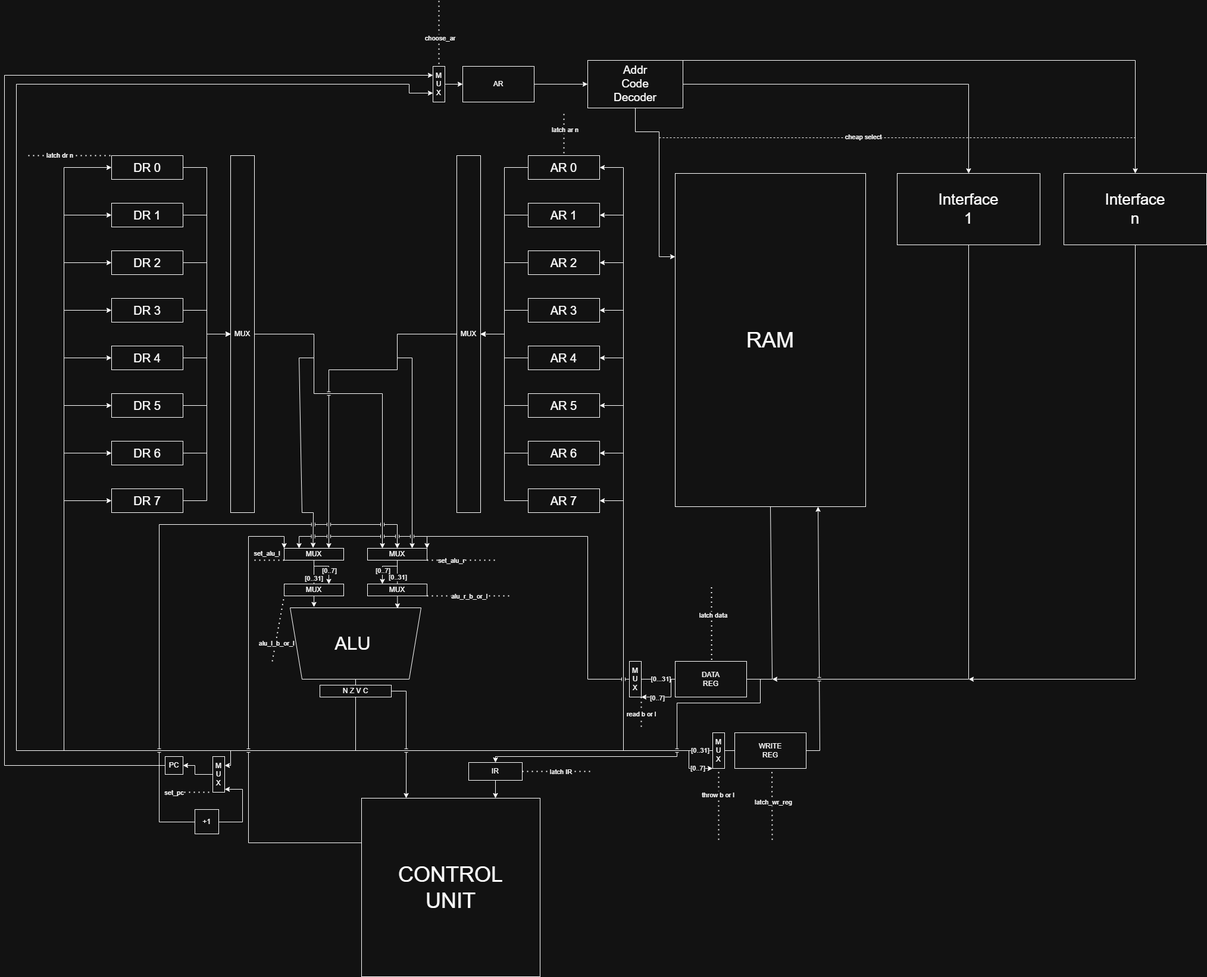
Knedlik-Trdelnik/CSA_ITMO_LAB3_2026 keeps this draw.io diagram as lab-3_cisc_i_love_INTEL_V1.png. Above is the earlier version. Source tidied: cells renumbered, new cells last; positions are measured from the earlier drawing's top-left corner, leaving out a move shared by most shapes.
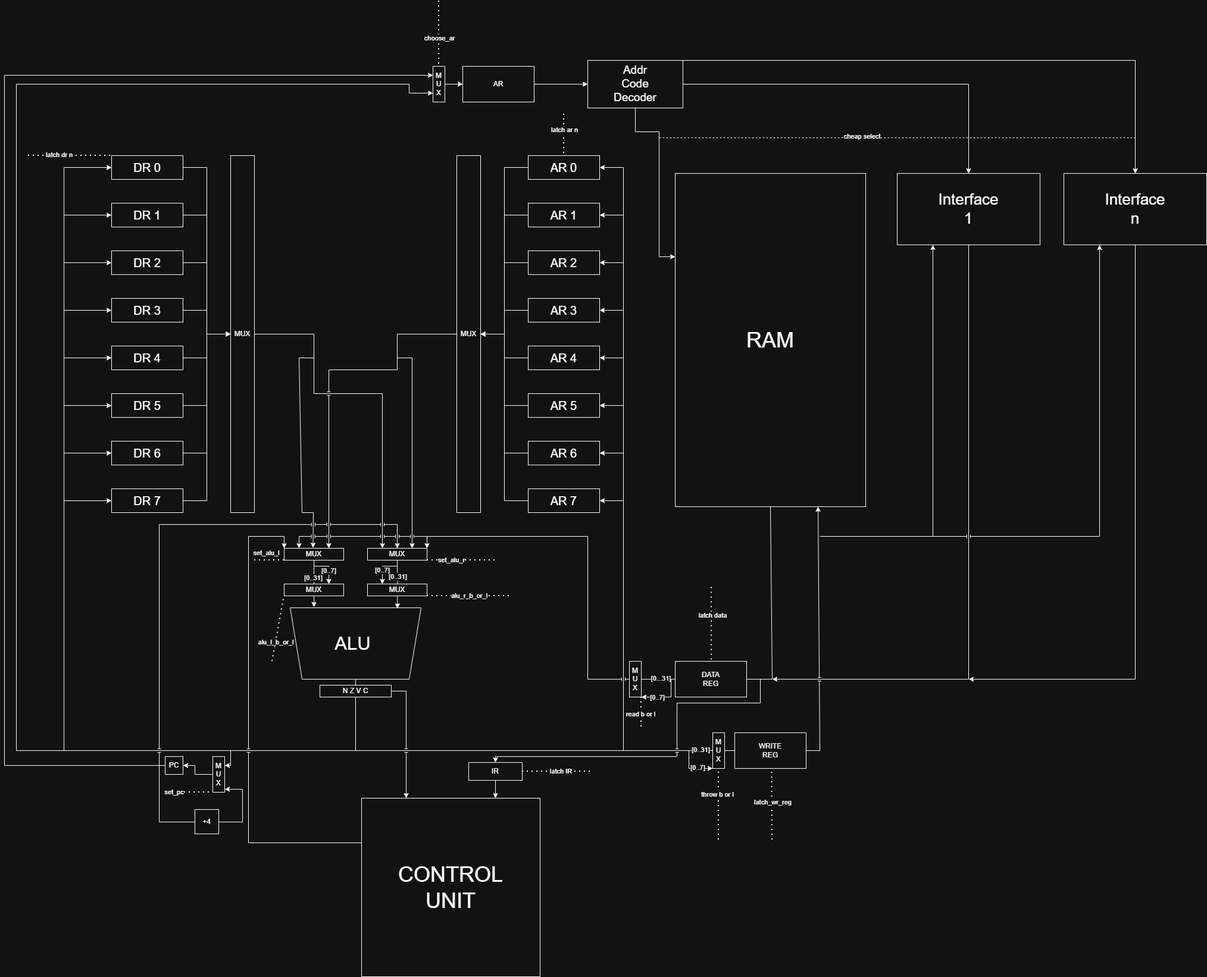
Later version of the same file.

The edit, as a diff of the source:
```diff
@@ -578,7 +578,7 @@
         </Array>
       </mxGeometry>
     </mxCell>
-    <mxCell id="98" value="+1" style="rounded=0;whiteSpace=wrap;html=1;" parent="1" vertex="1">
+    <mxCell id="98" value="+4" style="rounded=0;whiteSpace=wrap;html=1;" parent="1" vertex="1">
       <mxGeometry x="320" y="1359" width="40" height="41" as="geometry" />
     </mxCell>
     <mxCell id="99" style="endArrow=classic;html=1;rounded=0;exitX=0;exitY=0.5;exitDx=0;exitDy=0;entryX=1;entryY=0.5;entryDx=0;entryDy=0;" parent="1" edge="1" source="96" target="92">
@@ -778,5 +778,21 @@
         </Array>
       </mxGeometry>
     </mxCell>
+    <mxCell id="140" style="endArrow=classic;html=1;rounded=0;entryX=0.25;entryY=1;entryDx=0;entryDy=0;" parent="1" edge="1" target="20">
+      <mxGeometry relative="1" as="geometry">
+        <mxPoint x="1370" y="900" as="sourcePoint" />
+        <Array as="points">
+          <mxPoint x="1560" y="900" />
+        </Array>
+      </mxGeometry>
+    </mxCell>
+    <mxCell id="141" style="endArrow=classic;html=1;rounded=0;entryX=0.25;entryY=1;entryDx=0;entryDy=0;jumpStyle=line;" parent="1" edge="1" target="21">
+      <mxGeometry relative="1" as="geometry">
+        <mxPoint x="1560" y="900" as="sourcePoint" />
+        <Array as="points">
+          <mxPoint x="1840" y="900" />
+        </Array>
+      </mxGeometry>
+    </mxCell>
   </root>
 </mxGraphModel>
```
